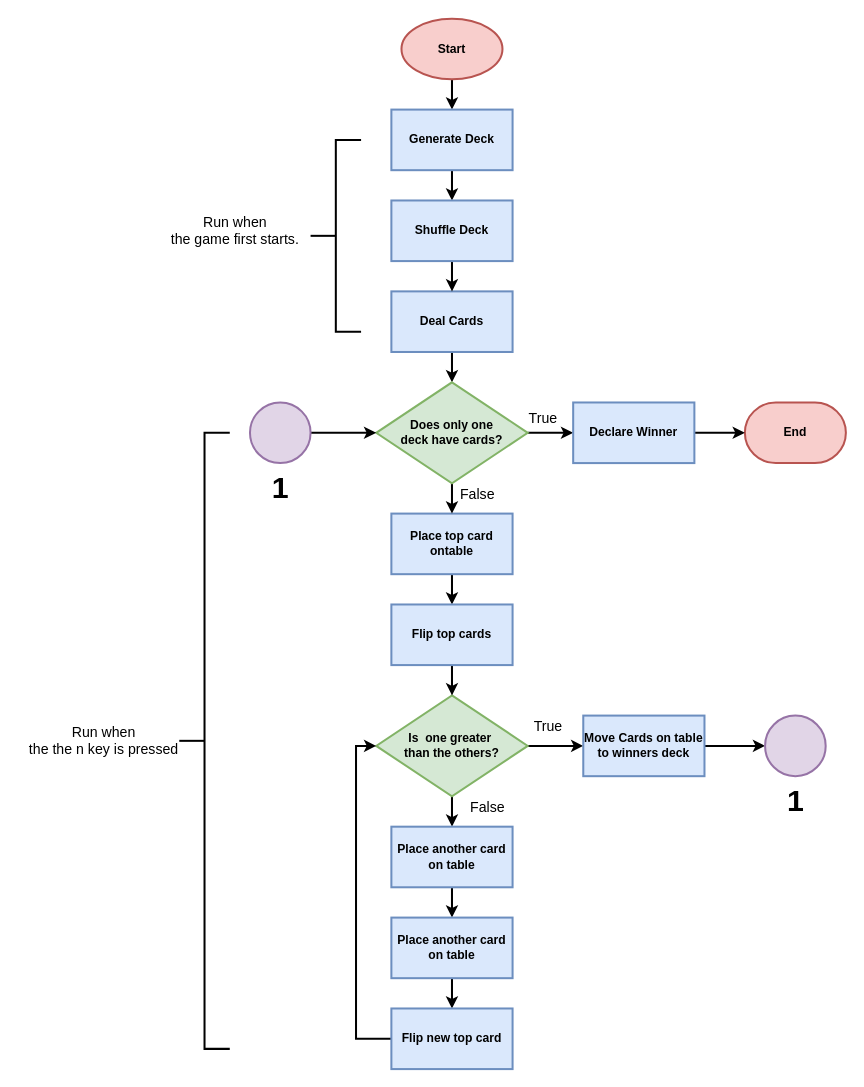
Above: page "GameLoop" (2 of 2) of Diagrams/src/UML.drawio in craveiroa/GameOfWar (draw.io), before the change. Source tidied: cells renumbered, new cells numbered last; positions are measured from the earlier drawing's top-left corner, leaving out a move shared by most shapes. Both pictures are drawn from the tidied source at 101%, with x=0, y=0 at pixel (17, 18).
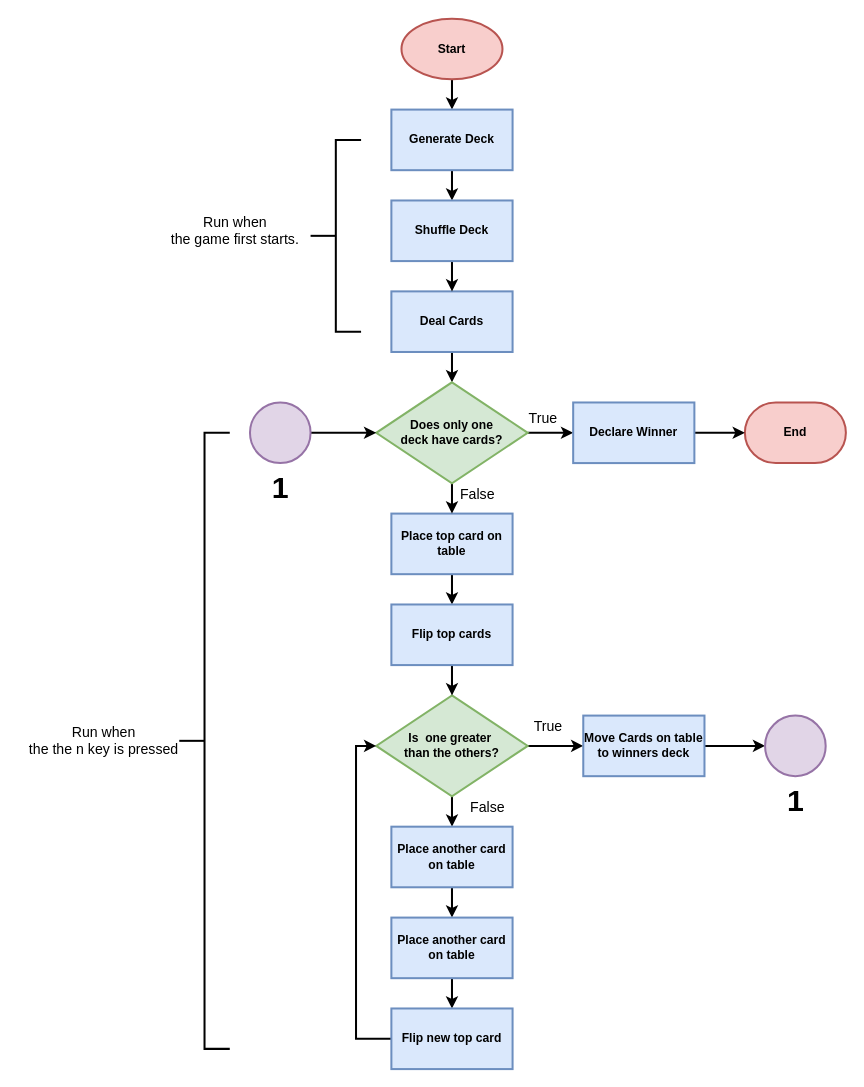
The same diagram, later.

Change to the diagram source:
```diff
@@
-    <mxCell id="17" value="&lt;b&gt;Place top card ontable&lt;/b&gt;" style="rounded=0;whiteSpace=wrap;html=1;strokeWidth=2;fillColor=#dae8fc;strokeColor=#6c8ebf;" parent="1" vertex="1">
+    <mxCell id="17" value="&lt;b&gt;Place top card on table&lt;/b&gt;" style="rounded=0;whiteSpace=wrap;html=1;strokeWidth=2;fillColor=#dae8fc;strokeColor=#6c8ebf;" parent="1" vertex="1">
       <mxGeometry x="370" y="490" width="120" height="60" as="geometry" />
     </mxCell>
```
